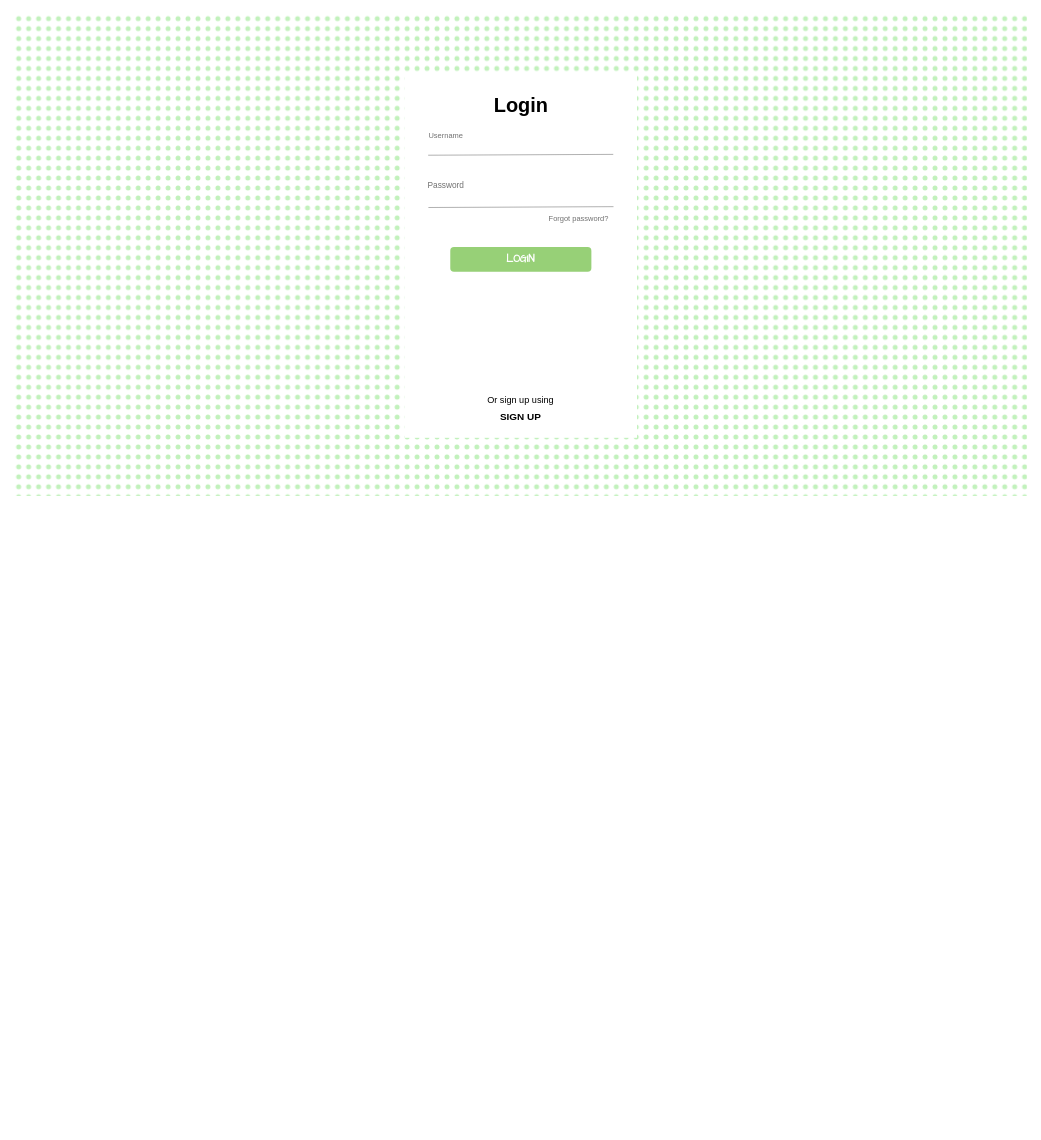
Above: Визуал.drawio in setusq/SPO234D6 (draw.io), before the change. Source tidied: cells renumbered, new cells numbered last; positions are measured from the earlier drawing's top-left corner, leaving out a move shared by most shapes. Both pictures are drawn from the tidied source at 83%, with x=0, y=0 at pixel (14, 14).
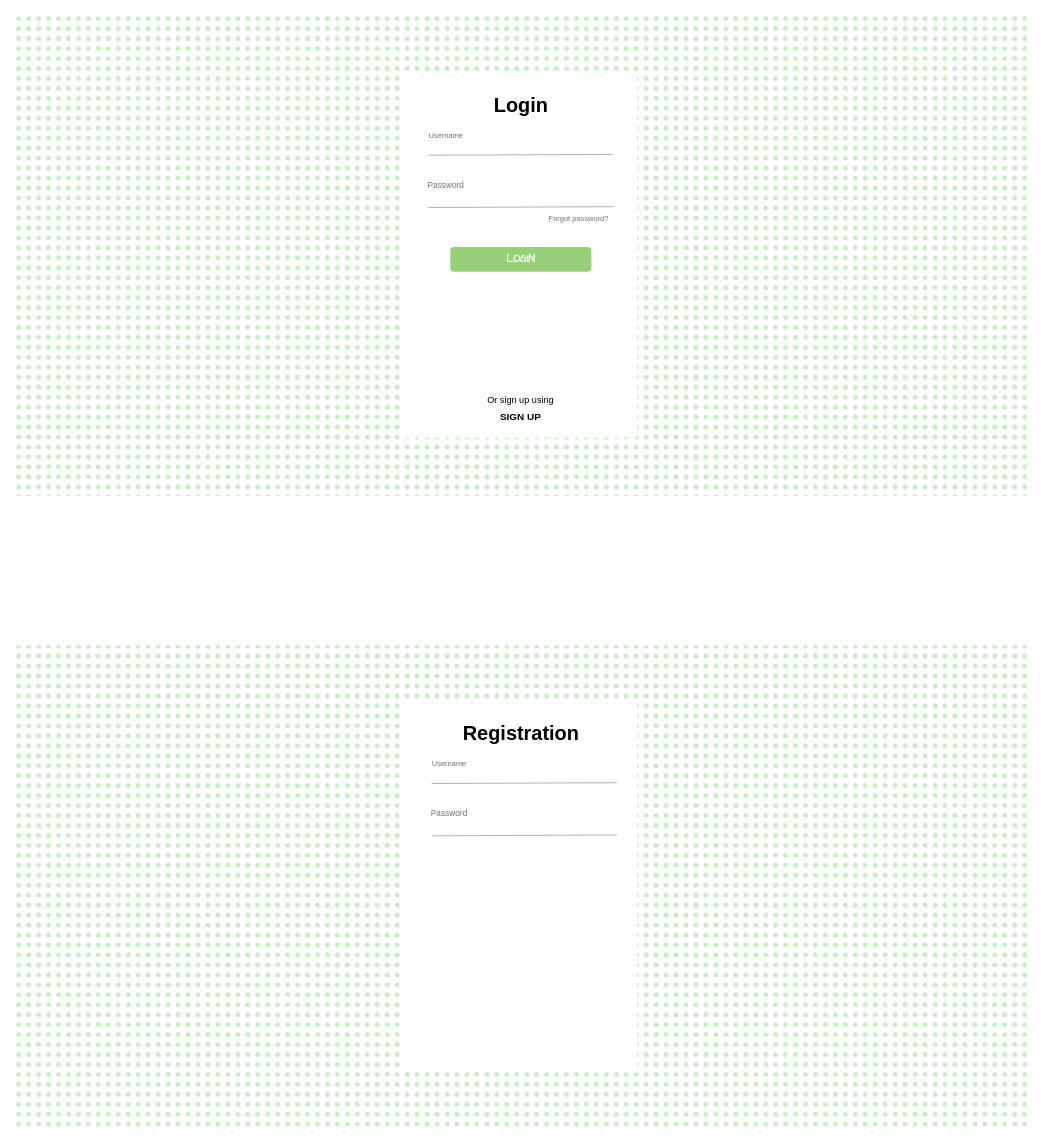
The same page after the edit.

Diff of the diagram source:
```diff
@@
 <mxGraphModel background="#ffffff">
   <root>
     <mxCell id="0" />
     <mxCell id="1" parent="0" />
     <mxCell id="2" style="rounded=0;whiteSpace=wrap;html=1;fillColor=#c2f1bc;strokeColor=none;strokeWidth=2;fillStyle=dots;" parent="1" vertex="1">
       <mxGeometry width="1220" height="580" as="geometry" />
     </mxCell>
     <mxCell id="3" style="rounded=0;whiteSpace=wrap;html=1;strokeColor=none;" parent="1" vertex="1">
       <mxGeometry x="470" y="70" width="280" height="440" as="geometry" />
     </mxCell>
     <mxCell id="4" value="Login" style="text;strokeColor=none;fillColor=none;html=1;fontSize=24;fontStyle=1;verticalAlign=middle;align=center;" parent="1" vertex="1">
       <mxGeometry x="560" y="90" width="100" height="40" as="geometry" />
     </mxCell>
     <mxCell id="5" value="&lt;font color=&quot;#707070&quot; style=&quot;font-size: 9px;&quot;&gt;Username&lt;/font&gt;" style="text;html=1;strokeColor=none;fillColor=none;align=center;verticalAlign=middle;whiteSpace=wrap;rounded=0;" parent="1" vertex="1">
       <mxGeometry x="490" y="130" width="60" height="30" as="geometry" />
     </mxCell>
     <mxCell id="6" style="shape=link;html=1;rounded=0;width=63;strokeColor=#A1A1A1;" parent="1" edge="1">
       <mxGeometry relative="1" as="geometry">
         <mxPoint x="498.5" y="201" as="sourcePoint" />
         <mxPoint x="721.5" y="200" as="targetPoint" />
       </mxGeometry>
     </mxCell>
     <mxCell id="7" value="&lt;font color=&quot;#707070&quot; size=&quot;1&quot;&gt;Password&lt;/font&gt;" style="text;html=1;strokeColor=none;fillColor=none;align=center;verticalAlign=middle;whiteSpace=wrap;rounded=0;" parent="1" vertex="1">
       <mxGeometry x="490" y="190" width="60" height="30" as="geometry" />
     </mxCell>
     <mxCell id="8" value="&lt;font color=&quot;#707070&quot; style=&quot;font-size: 9px;&quot;&gt;Forgot password?&lt;/font&gt;" style="text;html=1;strokeColor=none;fillColor=none;align=center;verticalAlign=middle;whiteSpace=wrap;rounded=0;" parent="1" vertex="1">
       <mxGeometry x="640" y="230" width="80" height="30" as="geometry" />
     </mxCell>
     <mxCell id="9" value="&lt;b&gt;&lt;font face=&quot;Comic Sans MS&quot; color=&quot;#ffffff&quot;&gt;LOGIN&lt;/font&gt;&lt;/b&gt;" style="rounded=1;whiteSpace=wrap;html=1;fillColor=#97D077;strokeColor=none;" parent="1" vertex="1">
       <mxGeometry x="525" y="280" width="170" height="30" as="geometry" />
     </mxCell>
     <mxCell id="10" value="&lt;font style=&quot;font-size: 11px;&quot;&gt;Or sign up using&lt;/font&gt;" style="text;html=1;strokeColor=none;fillColor=none;align=center;verticalAlign=middle;whiteSpace=wrap;rounded=0;" parent="1" vertex="1">
       <mxGeometry x="555" y="450" width="110" height="30" as="geometry" />
     </mxCell>
     <mxCell id="11" value="&lt;b&gt;SIGN UP&lt;/b&gt;" style="text;html=1;strokeColor=none;fillColor=none;align=center;verticalAlign=middle;whiteSpace=wrap;rounded=0;" parent="1" vertex="1">
       <mxGeometry x="580" y="470" width="60" height="30" as="geometry" />
     </mxCell>
+    <mxCell id="12" style="rounded=0;whiteSpace=wrap;html=1;fillColor=#c2f1bc;strokeColor=none;strokeWidth=2;fillStyle=dots;" parent="1" vertex="1">
+      <mxGeometry y="760" width="1220" height="580" as="geometry" />
+    </mxCell>
+    <mxCell id="13" style="rounded=0;whiteSpace=wrap;html=1;strokeColor=none;" parent="1" vertex="1">
+      <mxGeometry x="470" y="830" width="280" height="440" as="geometry" />
+    </mxCell>
+    <mxCell id="14" value="Registration" style="text;strokeColor=none;fillColor=none;html=1;fontSize=24;fontStyle=1;verticalAlign=middle;align=center;" parent="1" vertex="1">
+      <mxGeometry x="560" y="847" width="100" height="40" as="geometry" />
+    </mxCell>
+    <mxCell id="15" value="&lt;font color=&quot;#707070&quot; style=&quot;font-size: 9px;&quot;&gt;Username&lt;/font&gt;" style="text;html=1;strokeColor=none;fillColor=none;align=center;verticalAlign=middle;whiteSpace=wrap;rounded=0;" parent="1" vertex="1">
+      <mxGeometry x="494.2" y="887" width="60" height="30" as="geometry" />
+    </mxCell>
+    <mxCell id="16" style="shape=link;html=1;rounded=0;width=63;strokeColor=#A1A1A1;" parent="1" edge="1">
+      <mxGeometry relative="1" as="geometry">
+        <mxPoint x="502.8" y="958" as="sourcePoint" />
+        <mxPoint x="725.8" y="957" as="targetPoint" />
+      </mxGeometry>
+    </mxCell>
+    <mxCell id="17" value="&lt;font color=&quot;#707070&quot; size=&quot;1&quot;&gt;Password&lt;/font&gt;" style="text;html=1;strokeColor=none;fillColor=none;align=center;verticalAlign=middle;whiteSpace=wrap;rounded=0;" parent="1" vertex="1">
+      <mxGeometry x="494.2" y="947" width="60" height="30" as="geometry" />
+    </mxCell>
   </root>
 </mxGraphModel>
```
